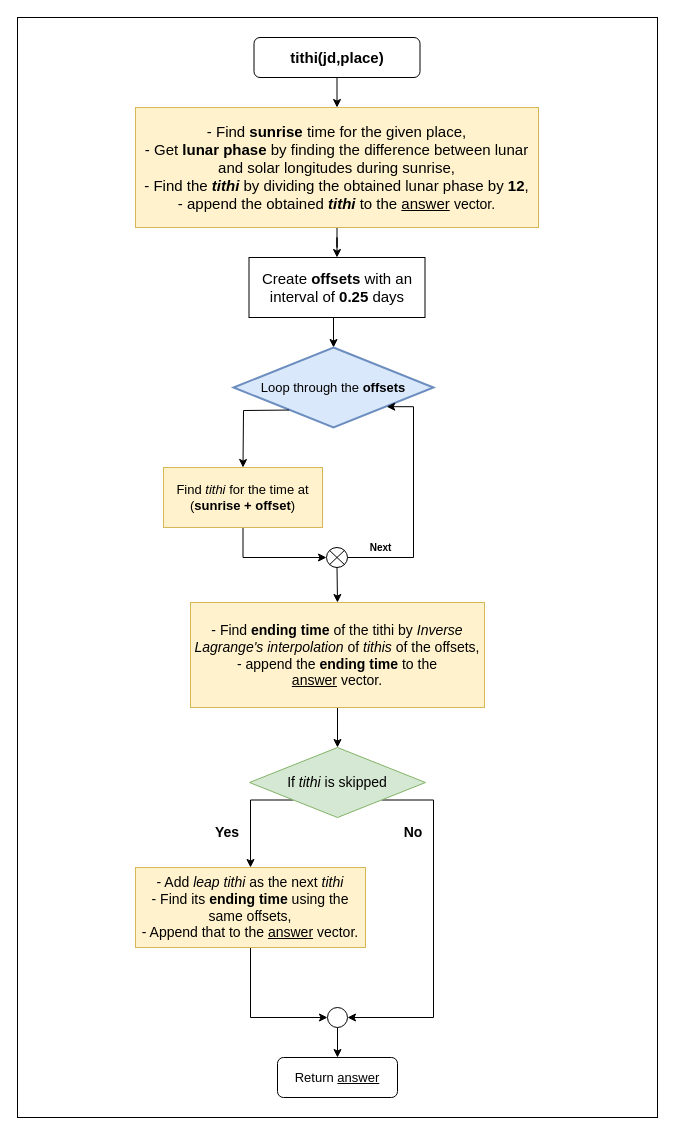
Above: doc/flowcharts/tithi.drawio in prajwalkpatil/VedicDateTime (draw.io), before the change. Source tidied: cells renumbered, new cells numbered last; positions are measured from the earlier drawing's top-left corner, leaving out a move shared by most shapes. Both pictures are drawn from the tidied source at 100%, with x=0, y=0 at pixel (17, 17).
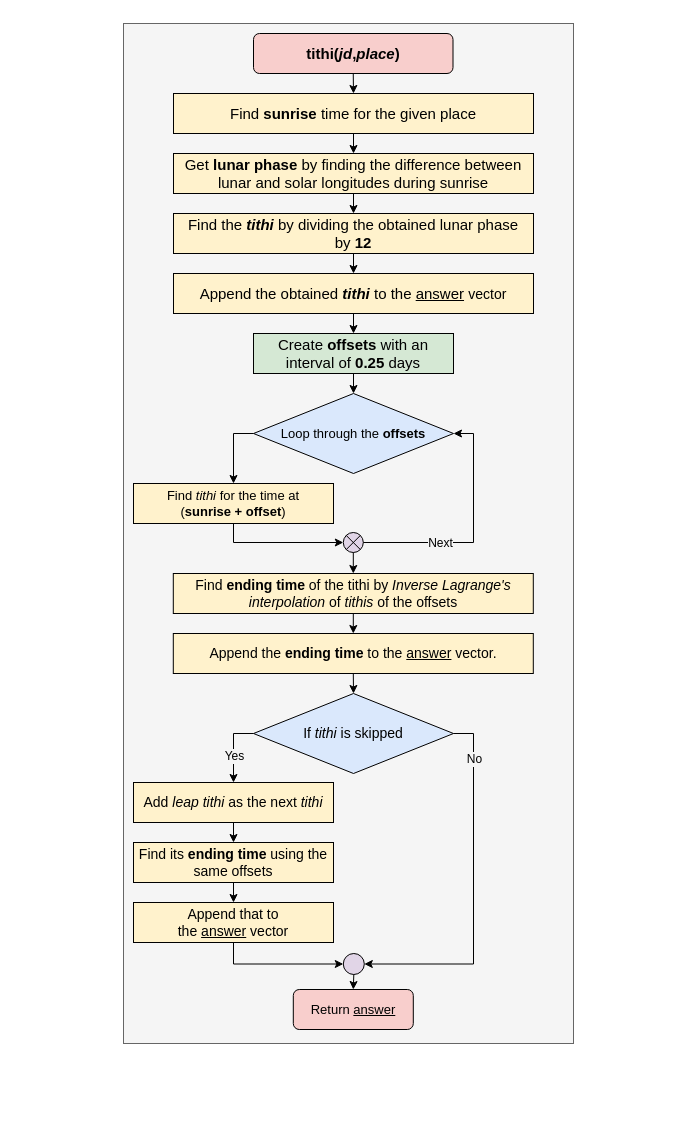
After the change.

Diff of the diagram source:
```diff
@@
-    <mxCell id="0" />
-    <mxCell id="1" parent="0" />
-    <mxCell id="2" style="rounded=0;whiteSpace=wrap;html=1;strokeColor=default;fontSize=13;fillColor=none;" parent="1" vertex="1">
-      <mxGeometry width="640" height="1100" as="geometry" />
-    </mxCell>
-    <mxCell id="3" style="edgeStyle=orthogonalEdgeStyle;rounded=0;jettySize=auto;html=1;exitX=0.5;exitY=1;exitDx=0;exitDy=0;entryX=0.5;entryY=0;entryDx=0;entryDy=0;fontFamily=Helvetica;fontSize=15;" parent="1" edge="1" source="4" target="6">
-      <mxGeometry relative="1" as="geometry" />
-    </mxCell>
-    <mxCell id="4" value="&lt;font style=&quot;font-size: 15px;&quot;&gt;&lt;b style=&quot;&quot;&gt;tithi(jd,place)&lt;/b&gt;&lt;/font&gt;" style="rounded=1;whiteSpace=wrap;html=1;" parent="1" vertex="1">
-      <mxGeometry x="236.5" y="20" width="166" height="40" as="geometry" />
-    </mxCell>
-    <mxCell id="5" style="edgeStyle=orthogonalEdgeStyle;rounded=0;jettySize=auto;html=1;fontFamily=Helvetica;fontSize=15;" parent="1" edge="1" source="6" target="8">
-      <mxGeometry relative="1" as="geometry" />
-    </mxCell>
-    <mxCell id="6" value="- Find &lt;b&gt;sunrise &lt;/b&gt;time for the given place,&lt;br&gt;- Get &lt;b&gt;lunar phase&lt;/b&gt; by finding the difference between lunar and solar longitudes during sunrise,&lt;br&gt;- Find the &lt;b&gt;&lt;i&gt;tithi &lt;/i&gt;&lt;/b&gt;by dividing the obtained lunar phase by &lt;b&gt;12&lt;/b&gt;,&lt;br&gt;- append the obtained &lt;b&gt;&lt;i&gt;tithi&lt;/i&gt; &lt;/b&gt;to the &lt;u&gt;answer&lt;/u&gt;&lt;b&gt;&amp;nbsp;&lt;/b&gt;&lt;span style=&quot;font-size: 14px;&quot;&gt;vector.&lt;/span&gt;" style="rounded=0;whiteSpace=wrap;html=1;fontSize=15;fillColor=#fff2cc;strokeColor=#d6b656;" parent="1" vertex="1">
-      <mxGeometry x="118" y="90" width="403" height="120" as="geometry" />
-    </mxCell>
-    <mxCell id="7" style="edgeStyle=orthogonalEdgeStyle;rounded=0;jettySize=auto;html=1;exitX=0.5;exitY=1;exitDx=0;exitDy=0;entryX=0.5;entryY=0;entryDx=0;entryDy=0;entryPerimeter=0;fontSize=13;" parent="1" edge="1" source="8" target="9">
-      <mxGeometry relative="1" as="geometry" />
-    </mxCell>
+    <mxCell id="29" />
+    <mxCell id="30" parent="29" />
+    <mxCell id="31" style="rounded=0;whiteSpace=wrap;html=1;fontSize=12;strokeColor=#666666;fillColor=#f5f5f5;fontColor=#333333;" parent="30" vertex="1">
+      <mxGeometry x="106" y="6" width="450" height="1020" as="geometry" />
+    </mxCell>
+    <mxCell id="32" value="&lt;font style=&quot;font-size: 15px;&quot;&gt;&lt;b&gt;tithi(&lt;/b&gt;&lt;i style=&quot;font-weight: bold;&quot;&gt;jd&lt;/i&gt;&lt;b&gt;,&lt;/b&gt;&lt;i style=&quot;font-weight: bold;&quot;&gt;place&lt;/i&gt;&lt;b&gt;)&lt;/b&gt;&lt;/font&gt;" style="rounded=1;whiteSpace=wrap;html=1;fillColor=#f8cecc;strokeColor=default;" parent="30" vertex="1">
+      <mxGeometry x="236" y="16" width="199.5" height="40" as="geometry" />
+    </mxCell>
+    <mxCell id="33" value="&lt;span style=&quot;font-size: 15px;&quot;&gt;Find&amp;nbsp;&lt;/span&gt;&lt;b style=&quot;font-size: 15px;&quot;&gt;sunrise&amp;nbsp;&lt;/b&gt;&lt;span style=&quot;font-size: 15px;&quot;&gt;time for the given place&lt;/span&gt;" style="rounded=0;whiteSpace=wrap;html=1;fillColor=#fff2cc;strokeColor=default;" parent="30" vertex="1">
+      <mxGeometry x="156" y="76" width="360" height="40" as="geometry" />
+    </mxCell>
+    <mxCell id="34" value="&lt;span style=&quot;font-size: 15px;&quot;&gt;Get&amp;nbsp;&lt;/span&gt;&lt;b style=&quot;font-size: 15px;&quot;&gt;lunar phase&lt;/b&gt;&lt;span style=&quot;font-size: 15px;&quot;&gt;&amp;nbsp;by finding the difference between lunar and solar longitudes during sunrise&lt;/span&gt;" style="rounded=0;whiteSpace=wrap;html=1;fillColor=#fff2cc;strokeColor=default;" parent="30" vertex="1">
+      <mxGeometry x="156" y="136" width="360" height="40" as="geometry" />
+    </mxCell>
+    <mxCell id="35" value="&lt;span style=&quot;font-size: 15px;&quot;&gt;Find the&amp;nbsp;&lt;/span&gt;&lt;b style=&quot;font-size: 15px;&quot;&gt;&lt;i&gt;tithi&amp;nbsp;&lt;/i&gt;&lt;/b&gt;&lt;span style=&quot;font-size: 15px;&quot;&gt;by dividing the obtained lunar phase by&amp;nbsp;&lt;/span&gt;&lt;b style=&quot;font-size: 15px;&quot;&gt;12&lt;/b&gt;" style="rounded=0;whiteSpace=wrap;html=1;fillColor=#fff2cc;strokeColor=default;" parent="30" vertex="1">
+      <mxGeometry x="156" y="196" width="360" height="40" as="geometry" />
+    </mxCell>
+    <mxCell id="36" value="&lt;span style=&quot;font-size: 15px;&quot;&gt;Append the obtained&amp;nbsp;&lt;/span&gt;&lt;b style=&quot;font-size: 15px;&quot;&gt;&lt;i&gt;tithi&lt;/i&gt;&amp;nbsp;&lt;/b&gt;&lt;span style=&quot;font-size: 15px;&quot;&gt;to the&amp;nbsp;&lt;/span&gt;&lt;u style=&quot;font-size: 15px;&quot;&gt;answer&lt;/u&gt;&lt;b style=&quot;font-size: 15px;&quot;&gt;&amp;nbsp;&lt;/b&gt;&lt;span style=&quot;font-size: 14px;&quot;&gt;vector&lt;/span&gt;" style="rounded=0;whiteSpace=wrap;html=1;fillColor=#fff2cc;strokeColor=default;" parent="30" vertex="1">
+      <mxGeometry x="156" y="256" width="360" height="40" as="geometry" />
+    </mxCell>
-    <mxCell id="8" value="Create &lt;b&gt;offsets&lt;/b&gt; with an interval of &lt;b&gt;0.25 &lt;/b&gt;days" style="rounded=0;whiteSpace=wrap;html=1;fontFamily=Helvetica;fontSize=15;" parent="1" vertex="1">
-      <mxGeometry x="231.5" y="240" width="176" height="60" as="geometry" />
+    <mxCell id="8" value="&lt;span style=&quot;font-size: 15px;&quot;&gt;Create&amp;nbsp;&lt;/span&gt;&lt;b style=&quot;font-size: 15px;&quot;&gt;offsets&lt;/b&gt;&lt;span style=&quot;font-size: 15px;&quot;&gt;&amp;nbsp;with an interval of&amp;nbsp;&lt;/span&gt;&lt;b style=&quot;font-size: 15px;&quot;&gt;0.25&amp;nbsp;&lt;/b&gt;&lt;span style=&quot;font-size: 15px;&quot;&gt;days&lt;/span&gt;" style="rounded=0;whiteSpace=wrap;html=1;fillColor=#d5e8d4;strokeColor=default;" parent="30" vertex="1">
+      <mxGeometry x="236" y="316" width="200" height="40" as="geometry" />
     </mxCell>
-    <mxCell id="9" value="&lt;font style=&quot;font-size: 13px;&quot;&gt;Loop through the&amp;nbsp;&lt;b&gt;offsets&lt;/b&gt;&lt;/font&gt;" style="strokeWidth=2;html=1;shape=mxgraph.flowchart.decision;whiteSpace=wrap;fillColor=#dae8fc;strokeColor=#6c8ebf;" parent="1" vertex="1">
-      <mxGeometry x="216" y="330" width="200" height="80" as="geometry" />
+    <mxCell id="9" value="&lt;span style=&quot;font-size: 13px;&quot;&gt;Loop through the&amp;nbsp;&lt;/span&gt;&lt;b style=&quot;font-size: 13px;&quot;&gt;offsets&lt;/b&gt;" style="rhombus;whiteSpace=wrap;html=1;fillColor=#dae8fc;strokeColor=default;" parent="30" vertex="1">
+      <mxGeometry x="236" y="376" width="200" height="80" as="geometry" />
     </mxCell>
-    <mxCell id="10" style="edgeStyle=orthogonalEdgeStyle;rounded=0;jettySize=auto;html=1;exitX=0.5;exitY=1;exitDx=0;exitDy=0;entryX=0;entryY=0.5;entryDx=0;entryDy=0;entryPerimeter=0;fontSize=13;" parent="1" edge="1" source="11" target="15">
-      <mxGeometry relative="1" as="geometry" />
-    </mxCell>
-    <mxCell id="11" value="Find &lt;i&gt;tithi&lt;/i&gt; for the time at (&lt;b&gt;sunrise + offset&lt;/b&gt;)" style="rounded=0;whiteSpace=wrap;html=1;fontSize=13;fillColor=#fff2cc;strokeColor=#d6b656;" parent="1" vertex="1">
-      <mxGeometry x="146" y="450" width="159" height="60" as="geometry" />
+    <mxCell id="11" value="&lt;span style=&quot;font-size: 13px;&quot;&gt;Find&amp;nbsp;&lt;/span&gt;&lt;i style=&quot;font-size: 13px;&quot;&gt;tithi&lt;/i&gt;&lt;span style=&quot;font-size: 13px;&quot;&gt;&amp;nbsp;for the time at &lt;br&gt;(&lt;/span&gt;&lt;b style=&quot;font-size: 13px;&quot;&gt;sunrise + offset&lt;/b&gt;&lt;span style=&quot;font-size: 13px;&quot;&gt;)&lt;/span&gt;" style="rounded=0;whiteSpace=wrap;html=1;fillColor=#fff2cc;strokeColor=default;" parent="30" vertex="1">
+      <mxGeometry x="116" y="466" width="200" height="40" as="geometry" />
     </mxCell>
+    <mxCell id="37" style="shape=sumEllipse;perimeter=ellipsePerimeter;whiteSpace=wrap;html=1;backgroundOutline=1;fillColor=#e1d5e7;strokeColor=default;" parent="30" vertex="1">
+      <mxGeometry x="325.8" y="515" width="20" height="20" as="geometry" />
+    </mxCell>
+    <mxCell id="38" value="&lt;span style=&quot;font-size: 14px;&quot;&gt;Find&amp;nbsp;&lt;/span&gt;&lt;b style=&quot;font-size: 14px;&quot;&gt;ending time&lt;/b&gt;&lt;span style=&quot;font-size: 14px;&quot;&gt;&amp;nbsp;of the tithi by&amp;nbsp;&lt;/span&gt;&lt;i style=&quot;font-size: 14px;&quot;&gt;Inverse Lagrange's interpolation&amp;nbsp;&lt;/i&gt;&lt;span style=&quot;font-size: 14px;&quot;&gt;of&amp;nbsp;&lt;/span&gt;&lt;i style=&quot;font-size: 14px;&quot;&gt;tithis&amp;nbsp;&lt;/i&gt;&lt;span style=&quot;font-size: 14px;&quot;&gt;of the offsets&lt;/span&gt;" style="rounded=0;whiteSpace=wrap;html=1;fillColor=#fff2cc;strokeColor=default;" parent="30" vertex="1">
+      <mxGeometry x="155.8" y="556" width="360" height="40" as="geometry" />
+    </mxCell>
+    <mxCell id="39" value="&lt;font style=&quot;font-size: 14px;&quot;&gt;Append the&amp;nbsp;&lt;b&gt;ending time&lt;/b&gt;&amp;nbsp;to the&amp;nbsp;&lt;u&gt;answer&lt;/u&gt;&amp;nbsp;&lt;/font&gt;&lt;span style=&quot;font-size: 14px;&quot;&gt;vector.&lt;/span&gt;" style="rounded=0;whiteSpace=wrap;html=1;fillColor=#fff2cc;strokeColor=default;" parent="30" vertex="1">
+      <mxGeometry x="155.8" y="616" width="360" height="40" as="geometry" />
+    </mxCell>
+    <mxCell id="21" value="&lt;span style=&quot;font-size: 14px;&quot;&gt;If&amp;nbsp;&lt;/span&gt;&lt;i style=&quot;font-size: 14px;&quot;&gt;tithi&amp;nbsp;&lt;/i&gt;&lt;span style=&quot;font-size: 14px;&quot;&gt;is skipped&lt;/span&gt;" style="rhombus;whiteSpace=wrap;html=1;fillColor=#dae8fc;strokeColor=default;" parent="30" vertex="1">
+      <mxGeometry x="236" y="676" width="200" height="80" as="geometry" />
+    </mxCell>
+    <mxCell id="40" value="&lt;span style=&quot;font-size: 14px;&quot;&gt;Add&amp;nbsp;&lt;/span&gt;&lt;i style=&quot;font-size: 14px;&quot;&gt;leap tithi&amp;nbsp;&lt;/i&gt;&lt;span style=&quot;font-size: 14px;&quot;&gt;as the next&amp;nbsp;&lt;/span&gt;&lt;i style=&quot;font-size: 14px;&quot;&gt;tithi&lt;/i&gt;" style="rounded=0;whiteSpace=wrap;html=1;fillColor=#fff2cc;strokeColor=default;" parent="30" vertex="1">
+      <mxGeometry x="116" y="765" width="200" height="40" as="geometry" />
+    </mxCell>
+    <mxCell id="41" value="&lt;span style=&quot;font-size: 14px;&quot;&gt;Find its&amp;nbsp;&lt;/span&gt;&lt;b style=&quot;font-size: 14px;&quot;&gt;ending time&lt;/b&gt;&lt;span style=&quot;font-size: 14px;&quot;&gt;&amp;nbsp;using the same offsets&lt;/span&gt;" style="rounded=0;whiteSpace=wrap;html=1;fillColor=#fff2cc;strokeColor=default;" parent="30" vertex="1">
+      <mxGeometry x="116" y="825" width="200" height="40" as="geometry" />
+    </mxCell>
+    <mxCell id="42" value="&lt;span style=&quot;font-size: 14px;&quot;&gt;Append that to the&amp;nbsp;&lt;/span&gt;&lt;u style=&quot;font-size: 14px;&quot;&gt;answer&lt;/u&gt;&lt;span style=&quot;font-size: 14px;&quot;&gt;&amp;nbsp;vector&lt;/span&gt;" style="rounded=0;whiteSpace=wrap;html=1;fillColor=#fff2cc;strokeColor=default;" parent="30" vertex="1">
+      <mxGeometry x="116" y="885" width="200" height="40" as="geometry" />
+    </mxCell>
+    <mxCell id="28" value="&lt;font style=&quot;font-size: 13px;&quot;&gt;Return&amp;nbsp;&lt;u&gt;answer&lt;/u&gt;&lt;/font&gt;" style="rounded=1;whiteSpace=wrap;html=1;strokeColor=default;fontSize=14;fillColor=#f8cecc;" parent="30" vertex="1">
+      <mxGeometry x="275.8" y="972" width="120" height="40" as="geometry" />
+    </mxCell>
+    <mxCell id="43" style="ellipse;whiteSpace=wrap;html=1;fillColor=#e1d5e7;strokeColor=default;" parent="30" vertex="1">
+      <mxGeometry x="325.8" y="936" width="21" height="21" as="geometry" />
+    </mxCell>
+    <mxCell id="44" style="endArrow=classic;html=1;rounded=0;entryX=0.5;entryY=0;entryDx=0;entryDy=0;exitX=0.5;exitY=1;exitDx=0;exitDy=0;" parent="30" edge="1" source="32" target="33">
+      <mxGeometry relative="1" as="geometry" />
+    </mxCell>
+    <mxCell id="45" style="endArrow=classic;html=1;rounded=0;entryX=0.5;entryY=0;entryDx=0;entryDy=0;exitX=0.5;exitY=1;exitDx=0;exitDy=0;" parent="30" edge="1" source="33" target="34">
+      <mxGeometry relative="1" as="geometry" />
+    </mxCell>
+    <mxCell id="46" style="endArrow=classic;html=1;rounded=0;entryX=0.5;entryY=0;entryDx=0;entryDy=0;exitX=0.5;exitY=1;exitDx=0;exitDy=0;" parent="30" edge="1" source="34" target="35">
+      <mxGeometry relative="1" as="geometry" />
+    </mxCell>
+    <mxCell id="47" style="endArrow=classic;html=1;rounded=0;entryX=0.5;entryY=0;entryDx=0;entryDy=0;exitX=0.5;exitY=1;exitDx=0;exitDy=0;" parent="30" edge="1" source="35" target="36">
+      <mxGeometry relative="1" as="geometry" />
+    </mxCell>
+    <mxCell id="48" style="endArrow=classic;html=1;rounded=0;exitX=0.5;exitY=1;exitDx=0;exitDy=0;entryX=0.5;entryY=0;entryDx=0;entryDy=0;" parent="30" edge="1" source="36" target="8">
+      <mxGeometry relative="1" as="geometry" />
+    </mxCell>
+    <mxCell id="7" style="endArrow=classic;html=1;rounded=0;entryX=0.5;entryY=0;entryDx=0;entryDy=0;exitX=0.5;exitY=1;exitDx=0;exitDy=0;" parent="30" edge="1" source="8" target="9">
+      <mxGeometry relative="1" as="geometry" />
+    </mxCell>
-    <mxCell id="12" style="endArrow=classic;html=1;rounded=0;fontSize=13;entryX=0.5;entryY=0;entryDx=0;entryDy=0;exitX=0.278;exitY=0.782;exitDx=0;exitDy=0;exitPerimeter=0;" parent="1" edge="1" source="9" target="11">
-      <mxGeometry relative="1" as="geometry">
-        <Array as="points">
-          <mxPoint x="226" y="393" />
-        </Array>
-      </mxGeometry>
+    <mxCell id="12" style="endArrow=classic;html=1;rounded=0;entryX=0.5;entryY=0;entryDx=0;entryDy=0;exitX=0;exitY=0.5;exitDx=0;exitDy=0;edgeStyle=orthogonalEdgeStyle;" parent="30" edge="1" source="9" target="11">
+      <mxGeometry relative="1" as="geometry" />
     </mxCell>
-    <mxCell id="13" style="edgeStyle=orthogonalEdgeStyle;rounded=0;jettySize=auto;html=1;exitX=1;exitY=0.5;exitDx=0;exitDy=0;exitPerimeter=0;fontSize=13;entryX=0.766;entryY=0.74;entryDx=0;entryDy=0;entryPerimeter=0;" parent="1" edge="1" source="15" target="9">
-      <mxGeometry relative="1" as="geometry">
-        <Array as="points">
-          <mxPoint x="396" y="540" />
-          <mxPoint x="396" y="389" />
-        </Array>
-      </mxGeometry>
-    </mxCell>
-    <mxCell id="14" style="edgeStyle=orthogonalEdgeStyle;rounded=0;jettySize=auto;html=1;exitX=0.5;exitY=1;exitDx=0;exitDy=0;exitPerimeter=0;entryX=0.5;entryY=0;entryDx=0;entryDy=0;fontSize=10;" parent="1" edge="1" source="15" target="18">
-      <mxGeometry relative="1" as="geometry" />
-    </mxCell>
-    <mxCell id="15" style="verticalLabelPosition=bottom;verticalAlign=top;html=1;shape=mxgraph.flowchart.or;fontSize=13;" parent="1" vertex="1">
-      <mxGeometry x="309" y="530" width="21" height="20" as="geometry" />
-    </mxCell>
+    <mxCell id="49" style="endArrow=classic;html=1;rounded=0;entryX=0;entryY=0.5;entryDx=0;entryDy=0;exitX=0.5;exitY=1;exitDx=0;exitDy=0;edgeStyle=orthogonalEdgeStyle;" parent="30" edge="1" source="11" target="37">
+      <mxGeometry relative="1" as="geometry" />
+    </mxCell>
+    <mxCell id="50" style="endArrow=classic;html=1;rounded=0;exitX=1;exitY=0.5;exitDx=0;exitDy=0;entryX=1;entryY=0.5;entryDx=0;entryDy=0;edgeStyle=orthogonalEdgeStyle;" parent="30" edge="1" source="37" target="9">
+      <mxGeometry relative="1" as="geometry">
+        <Array as="points">
+          <mxPoint x="456" y="525" />
+          <mxPoint x="456" y="416" />
+        </Array>
+      </mxGeometry>
+    </mxCell>
-    <mxCell id="16" value="&lt;font style=&quot;font-size: 10px;&quot;&gt;Next&lt;/font&gt;" style="text;strokeColor=none;fillColor=none;html=1;fontSize=24;fontStyle=1;verticalAlign=middle;align=center;" parent="1" vertex="1">
-      <mxGeometry x="339" y="516" width="47" height="20" as="geometry" />
+    <mxCell id="16" value="Next" style="edgeLabel;html=1;align=center;verticalAlign=middle;fontSize=12;labelBackgroundColor=#F5F5F5;" parent="50" vertex="1">
+      <mxGeometry x="-0.36" relative="1" as="geometry" />
     </mxCell>
-    <mxCell id="17" style="edgeStyle=orthogonalEdgeStyle;rounded=0;jettySize=auto;html=1;exitX=0.5;exitY=1;exitDx=0;exitDy=0;entryX=0.5;entryY=0;entryDx=0;entryDy=0;fontSize=14;" parent="1" edge="1" source="18" target="21">
-      <mxGeometry relative="1" as="geometry" />
-    </mxCell>
-    <mxCell id="18" value="&lt;font style=&quot;font-size: 14px;&quot;&gt;- Find &lt;b&gt;ending time&lt;/b&gt;&amp;nbsp;of the tithi by&amp;nbsp;&lt;i&gt;Inverse Lagrange's interpolation &lt;/i&gt;of &lt;i&gt;tithis &lt;/i&gt;of the offsets,&lt;br&gt;- append the &lt;b&gt;ending time&lt;/b&gt; to the &lt;u&gt;answer&lt;/u&gt;&amp;nbsp;&lt;/font&gt;&lt;span style=&quot;font-size: 14px;&quot;&gt;vector.&lt;/span&gt;" style="rounded=0;whiteSpace=wrap;html=1;fontSize=10;fillColor=#fff2cc;strokeColor=#d6b656;" parent="1" vertex="1">
-      <mxGeometry x="173" y="585" width="294" height="105" as="geometry" />
-    </mxCell>
-    <mxCell id="19" style="edgeStyle=orthogonalEdgeStyle;rounded=0;jettySize=auto;html=1;exitX=0;exitY=1;exitDx=0;exitDy=0;entryX=0.5;entryY=0;entryDx=0;entryDy=0;fontSize=14;" parent="1" edge="1" source="21" target="23">
-      <mxGeometry relative="1" as="geometry">
-        <Array as="points">
-          <mxPoint x="233" y="783" />
-        </Array>
-      </mxGeometry>
-    </mxCell>
-    <mxCell id="20" style="edgeStyle=orthogonalEdgeStyle;rounded=0;jettySize=auto;html=1;exitX=1;exitY=1;exitDx=0;exitDy=0;entryX=1;entryY=0.5;entryDx=0;entryDy=0;fontSize=14;" parent="1" edge="1" source="21" target="26">
-      <mxGeometry relative="1" as="geometry">
-        <Array as="points">
-          <mxPoint x="416" y="783" />
-          <mxPoint x="416" y="1000" />
-        </Array>
-      </mxGeometry>
-    </mxCell>
-    <mxCell id="21" value="If &lt;i&gt;tithi &lt;/i&gt;is skipped" style="rhombus;whiteSpace=wrap;html=1;fontSize=14;fillColor=#d5e8d4;strokeColor=#82b366;" parent="1" vertex="1">
-      <mxGeometry x="232" y="730" width="176" height="70" as="geometry" />
-    </mxCell>
-    <mxCell id="22" style="edgeStyle=orthogonalEdgeStyle;rounded=0;jettySize=auto;html=1;exitX=0.5;exitY=1;exitDx=0;exitDy=0;entryX=0;entryY=0.5;entryDx=0;entryDy=0;fontSize=14;" parent="1" edge="1" source="23" target="26">
-      <mxGeometry relative="1" as="geometry" />
-    </mxCell>
-    <mxCell id="23" value="&amp;nbsp;- Add &lt;i&gt;leap tithi &lt;/i&gt;as the next &lt;i&gt;tithi&lt;/i&gt;&amp;nbsp;&lt;br&gt;- Find its &lt;b&gt;ending time&lt;/b&gt; using the same offsets,&lt;br&gt;- Append that to the &lt;u&gt;answer&lt;/u&gt; vector." style="rounded=0;whiteSpace=wrap;html=1;fontSize=14;fillColor=#fff2cc;strokeColor=#d6b656;" parent="1" vertex="1">
-      <mxGeometry x="118" y="850" width="230" height="80" as="geometry" />
-    </mxCell>
+    <mxCell id="51" style="endArrow=classic;html=1;rounded=0;entryX=0.5;entryY=0;entryDx=0;entryDy=0;exitX=0.5;exitY=1;exitDx=0;exitDy=0;" parent="30" edge="1" source="37" target="38">
+      <mxGeometry relative="1" as="geometry" />
+    </mxCell>
+    <mxCell id="52" style="endArrow=classic;html=1;rounded=0;entryX=0.5;entryY=0;entryDx=0;entryDy=0;exitX=0.5;exitY=1;exitDx=0;exitDy=0;" parent="30" edge="1" source="38" target="39">
+      <mxGeometry relative="1" as="geometry" />
+    </mxCell>
+    <mxCell id="53" style="endArrow=classic;html=1;rounded=0;entryX=0.5;entryY=0;entryDx=0;entryDy=0;exitX=0.5;exitY=1;exitDx=0;exitDy=0;" parent="30" edge="1" source="39" target="21">
+      <mxGeometry relative="1" as="geometry" />
+    </mxCell>
+    <mxCell id="54" style="endArrow=classic;html=1;rounded=0;entryX=0.5;entryY=0;entryDx=0;entryDy=0;exitX=0;exitY=0.5;exitDx=0;exitDy=0;edgeStyle=orthogonalEdgeStyle;" parent="30" edge="1" source="21" target="40">
+      <mxGeometry relative="1" as="geometry" />
+    </mxCell>
-    <mxCell id="24" value="&lt;b&gt;Yes&lt;/b&gt;" style="text;html=1;strokeColor=none;fillColor=none;align=center;verticalAlign=middle;whiteSpace=wrap;rounded=0;fontSize=14;" parent="1" vertex="1">
-      <mxGeometry x="188" y="800" width="44" height="30" as="geometry" />
+    <mxCell id="24" value="&lt;font style=&quot;font-size: 12px;&quot;&gt;Yes&lt;/font&gt;" style="edgeLabel;html=1;align=center;verticalAlign=middle;fontSize=12;labelBackgroundColor=#F5F5F5;" parent="54" vertex="1">
+      <mxGeometry x="-0.06" relative="1" as="geometry">
+        <mxPoint y="10" as="offset" />
+      </mxGeometry>
     </mxCell>
-    <mxCell id="25" style="edgeStyle=orthogonalEdgeStyle;rounded=0;jettySize=auto;html=1;exitX=0.5;exitY=1;exitDx=0;exitDy=0;entryX=0.5;entryY=0;entryDx=0;entryDy=0;fontSize=14;" parent="1" edge="1" source="26">
-      <mxGeometry relative="1" as="geometry">
-        <mxPoint x="320" y="1040" as="targetPoint" />
-      </mxGeometry>
-    </mxCell>
-    <mxCell id="26" style="ellipse;whiteSpace=wrap;html=1;fontSize=14;strokeColor=default;fillColor=#FFFFFF;" parent="1" vertex="1">
-      <mxGeometry x="310" y="990" width="20" height="20" as="geometry" />
-    </mxCell>
+    <mxCell id="55" style="endArrow=classic;html=1;rounded=0;entryX=0.5;entryY=0;entryDx=0;entryDy=0;exitX=0.5;exitY=1;exitDx=0;exitDy=0;" parent="30" edge="1" source="40" target="41">
+      <mxGeometry relative="1" as="geometry" />
+    </mxCell>
+    <mxCell id="56" style="endArrow=classic;html=1;rounded=0;entryX=0.5;entryY=0;entryDx=0;entryDy=0;exitX=0.5;exitY=1;exitDx=0;exitDy=0;" parent="30" edge="1" source="41" target="42">
+      <mxGeometry relative="1" as="geometry" />
+    </mxCell>
+    <mxCell id="57" style="endArrow=classic;html=1;rounded=0;entryX=0;entryY=0.5;entryDx=0;entryDy=0;exitX=0.5;exitY=1;exitDx=0;exitDy=0;edgeStyle=orthogonalEdgeStyle;" parent="30" edge="1" source="42" target="43">
+      <mxGeometry relative="1" as="geometry" />
+    </mxCell>
+    <mxCell id="58" style="endArrow=classic;html=1;rounded=0;entryX=1;entryY=0.5;entryDx=0;entryDy=0;exitX=1;exitY=0.5;exitDx=0;exitDy=0;edgeStyle=orthogonalEdgeStyle;" parent="30" edge="1" source="21" target="43">
+      <mxGeometry relative="1" as="geometry">
+        <Array as="points">
+          <mxPoint x="456" y="716" />
+          <mxPoint x="456" y="947" />
+        </Array>
+      </mxGeometry>
+    </mxCell>
-    <mxCell id="27" value="&lt;b&gt;No&lt;/b&gt;" style="text;html=1;strokeColor=none;fillColor=none;align=center;verticalAlign=middle;whiteSpace=wrap;rounded=0;fontSize=14;" parent="1" vertex="1">
-      <mxGeometry x="366" y="800" width="60" height="30" as="geometry" />
+    <mxCell id="27" value="No" style="edgeLabel;html=1;align=center;verticalAlign=middle;fontSize=12;labelBackgroundColor=#F5F5F5;" parent="58" vertex="1">
+      <mxGeometry x="-0.73" relative="1" as="geometry">
+        <mxPoint y="-4" as="offset" />
+      </mxGeometry>
     </mxCell>
-    <mxCell id="28" value="&lt;font style=&quot;font-size: 13px;&quot;&gt;Return&amp;nbsp;&lt;u&gt;answer&lt;/u&gt;&lt;/font&gt;" style="rounded=1;whiteSpace=wrap;html=1;strokeColor=default;fontSize=14;fillColor=#FFFFFF;" parent="1" vertex="1">
-      <mxGeometry x="260" y="1040" width="120" height="40" as="geometry" />
-    </mxCell>
+    <mxCell id="59" style="endArrow=classic;html=1;rounded=0;entryX=0.5;entryY=0;entryDx=0;entryDy=0;exitX=0.5;exitY=1;exitDx=0;exitDy=0;" parent="30" edge="1" source="43" target="28">
+      <mxGeometry relative="1" as="geometry" />
+    </mxCell>
```
